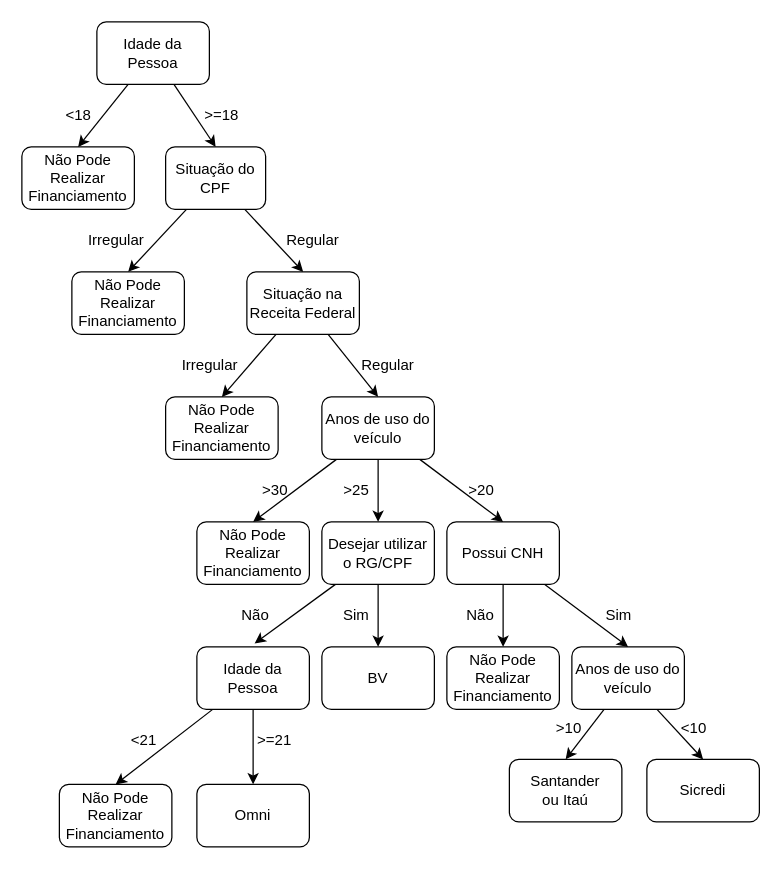
Above: diagrams/1.drawio in darkvictor13/Expert-System (draw.io), before the change. Source tidied: cells renumbered, new cells numbered last; positions are measured from the earlier drawing's top-left corner, leaving out a move shared by most shapes. Both pictures are drawn from the tidied source at 125%, with x=0, y=0 at pixel (21, 21).
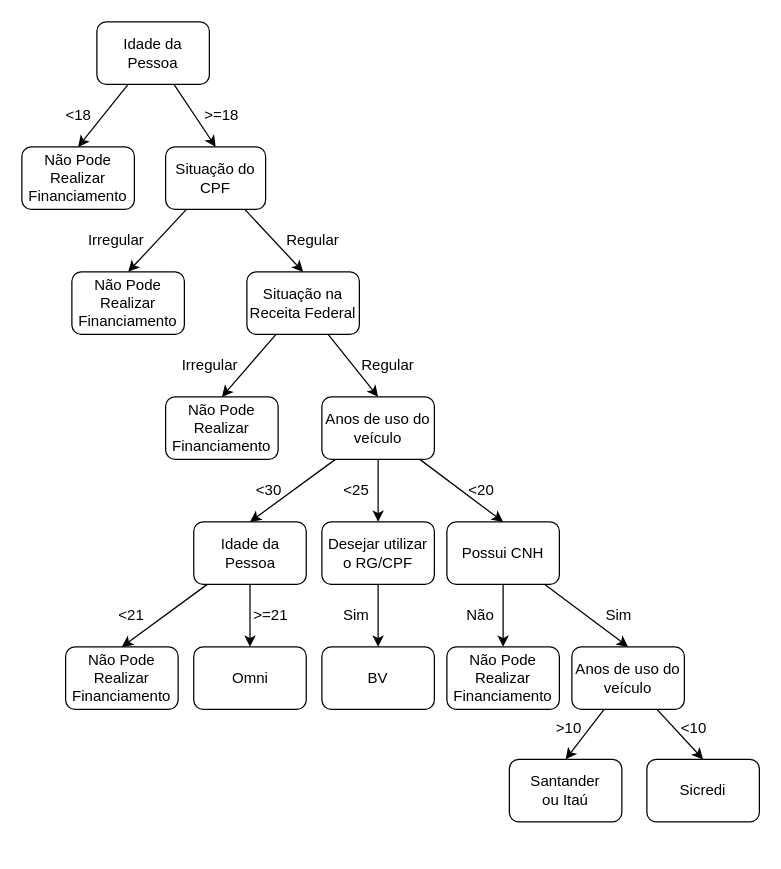
Above is the later version.

Commit message:
Consertada a árvore, acho

Unchanged cells that the change refers to:
```xml
<mxCell id="19" value="Anos de uso do veículo" style="rounded=1;whiteSpace=wrap;html=1;" parent="1" vertex="1">
  <mxGeometry x="240" y="300" width="90" height="50" as="geometry" />
</mxCell>
<mxCell id="40" value="Desejar utilizar o RG/CPF" style="rounded=1;whiteSpace=wrap;html=1;" parent="1" vertex="1">
  <mxGeometry x="240" y="400" width="90" height="50" as="geometry" />
</mxCell>
```

Change to the diagram source:
```diff
@@
-    <mxCell id="16" style="edgeStyle=none;html=1;entryX=0.5;entryY=0;entryDx=0;entryDy=0;" parent="1" edge="1" source="19" target="21">
-      <mxGeometry relative="1" as="geometry" />
-    </mxCell>
@@
+    <mxCell id="54" style="edgeStyle=none;html=1;entryX=0.5;entryY=0;entryDx=0;entryDy=0;" parent="1" edge="1" source="19" target="25">
+      <mxGeometry relative="1" as="geometry" />
+    </mxCell>
@@
-    <mxCell id="21" value="Não Pode Realizar Financiamento" style="rounded=1;whiteSpace=wrap;html=1;" parent="1" vertex="1">
-      <mxGeometry x="140" y="400" width="90" height="50" as="geometry" />
-    </mxCell>
-    <mxCell id="22" value="&amp;gt;30" style="text;html=1;strokeColor=none;fillColor=none;align=right;verticalAlign=middle;whiteSpace=wrap;rounded=0;" parent="1" vertex="1">
-      <mxGeometry x="190" y="360" width="25" height="30" as="geometry" />
+    <mxCell id="22" value="&amp;lt;30" style="text;html=1;strokeColor=none;fillColor=none;align=right;verticalAlign=middle;whiteSpace=wrap;rounded=0;" parent="1" vertex="1">
+      <mxGeometry x="185" y="360" width="25" height="30" as="geometry" />
     </mxCell>
-    <mxCell id="23" style="edgeStyle=none;html=1;entryX=0.5;entryY=0;entryDx=0;entryDy=0;" parent="1" edge="1" source="25" target="30">
-      <mxGeometry relative="1" as="geometry" />
-    </mxCell>
-    <mxCell id="24" style="edgeStyle=none;html=1;entryX=0.5;entryY=0;entryDx=0;entryDy=0;" parent="1" edge="1" source="25" target="31">
-      <mxGeometry relative="1" as="geometry" />
-    </mxCell>
-    <mxCell id="25" value="Idade da Pessoa" style="rounded=1;whiteSpace=wrap;html=1;" parent="1" vertex="1">
-      <mxGeometry x="140" y="500" width="90" height="50" as="geometry" />
-    </mxCell>
@@
-    <mxCell id="29" value="&amp;gt;25" style="text;html=1;strokeColor=none;fillColor=none;align=right;verticalAlign=middle;whiteSpace=wrap;rounded=0;" parent="1" vertex="1">
+    <mxCell id="29" value="&amp;lt;25" style="text;html=1;strokeColor=none;fillColor=none;align=right;verticalAlign=middle;whiteSpace=wrap;rounded=0;" parent="1" vertex="1">
       <mxGeometry x="260" y="360" width="20" height="30" as="geometry" />
     </mxCell>
-    <mxCell id="30" value="Não Pode Realizar Financiamento" style="rounded=1;whiteSpace=wrap;html=1;" parent="1" vertex="1">
-      <mxGeometry x="30" y="610" width="90" height="50" as="geometry" />
-    </mxCell>
-    <mxCell id="31" value="Omni" style="rounded=1;whiteSpace=wrap;html=1;" parent="1" vertex="1">
-      <mxGeometry x="140" y="610" width="90" height="50" as="geometry" />
-    </mxCell>
-    <mxCell id="32" value="&amp;gt;=21" style="text;html=1;strokeColor=none;fillColor=none;align=right;verticalAlign=middle;whiteSpace=wrap;rounded=0;" parent="1" vertex="1">
-      <mxGeometry x="187.5" y="560" width="30" height="30" as="geometry" />
-    </mxCell>
-    <mxCell id="33" value="&amp;lt;21" style="text;html=1;strokeColor=none;fillColor=none;align=right;verticalAlign=middle;whiteSpace=wrap;rounded=0;" parent="1" vertex="1">
-      <mxGeometry x="80" y="560" width="30" height="30" as="geometry" />
-    </mxCell>
@@
-    <mxCell id="37" value="&amp;gt;20" style="text;html=1;strokeColor=none;fillColor=none;align=right;verticalAlign=middle;whiteSpace=wrap;rounded=0;" parent="1" vertex="1">
+    <mxCell id="37" value="&amp;lt;20" style="text;html=1;strokeColor=none;fillColor=none;align=right;verticalAlign=middle;whiteSpace=wrap;rounded=0;" parent="1" vertex="1">
       <mxGeometry x="360" y="360" width="20" height="30" as="geometry" />
     </mxCell>
-    <mxCell id="38" style="edgeStyle=none;html=1;entryX=0.513;entryY=-0.054;entryDx=0;entryDy=0;entryPerimeter=0;" parent="1" edge="1" source="40" target="25">
-      <mxGeometry relative="1" as="geometry" />
-    </mxCell>
@@
-    <mxCell id="41" value="Não" style="text;html=1;strokeColor=none;fillColor=none;align=right;verticalAlign=middle;whiteSpace=wrap;rounded=0;" parent="1" vertex="1">
-      <mxGeometry x="170" y="460" width="30" height="30" as="geometry" />
-    </mxCell>
@@
+    <mxCell id="55" style="edgeStyle=none;html=1;entryX=0.5;entryY=0;entryDx=0;entryDy=0;" parent="1" edge="1" source="25" target="56">
+      <mxGeometry relative="1" as="geometry" />
+    </mxCell>
+    <mxCell id="24" style="edgeStyle=none;html=1;entryX=0.5;entryY=0;entryDx=0;entryDy=0;" parent="1" edge="1" source="25" target="31">
+      <mxGeometry relative="1" as="geometry" />
+    </mxCell>
+    <mxCell id="25" value="Idade da Pessoa" style="rounded=1;whiteSpace=wrap;html=1;" parent="1" vertex="1">
+      <mxGeometry x="137.5" y="400" width="90" height="50" as="geometry" />
+    </mxCell>
+    <mxCell id="56" value="Não Pode Realizar Financiamento" style="rounded=1;whiteSpace=wrap;html=1;" parent="1" vertex="1">
+      <mxGeometry x="35" y="500" width="90" height="50" as="geometry" />
+    </mxCell>
+    <mxCell id="31" value="Omni" style="rounded=1;whiteSpace=wrap;html=1;" parent="1" vertex="1">
+      <mxGeometry x="137.5" y="500" width="90" height="50" as="geometry" />
+    </mxCell>
+    <mxCell id="32" value="&amp;gt;=21" style="text;html=1;strokeColor=none;fillColor=none;align=right;verticalAlign=middle;whiteSpace=wrap;rounded=0;" parent="1" vertex="1">
+      <mxGeometry x="185" y="460" width="30" height="30" as="geometry" />
+    </mxCell>
+    <mxCell id="33" value="&amp;lt;21" style="text;html=1;strokeColor=none;fillColor=none;align=right;verticalAlign=middle;whiteSpace=wrap;rounded=0;" parent="1" vertex="1">
+      <mxGeometry x="70" y="460" width="30" height="30" as="geometry" />
+    </mxCell>
```
